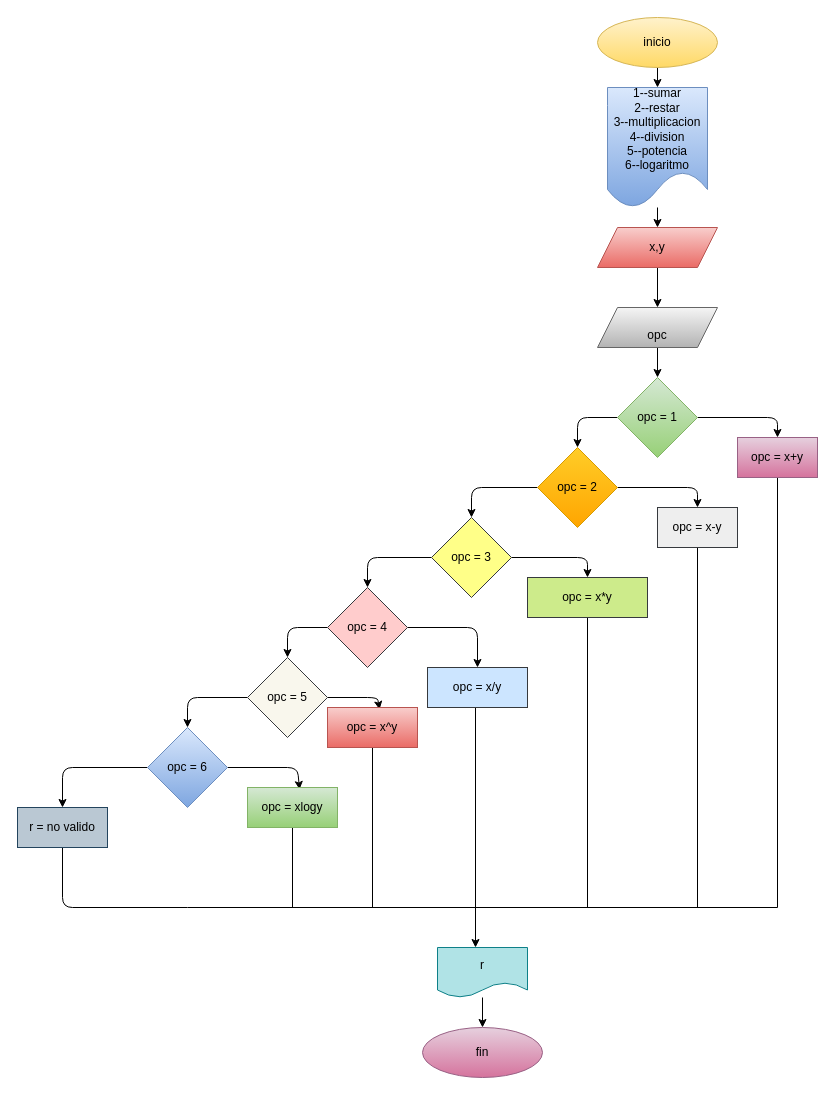
Earlier version of the draw.io diagram page "Página-1" (1 of 2) of diagrama.drawio (jhonmendez17092009/Mini_Calcudora_Guanentino). Source tidied: cells renumbered, new cells numbered last; positions are measured from the earlier drawing's top-left corner, leaving out a move shared by most shapes. Both pictures are drawn from the tidied source at 100%, with x=0, y=0 at pixel (17, 17).
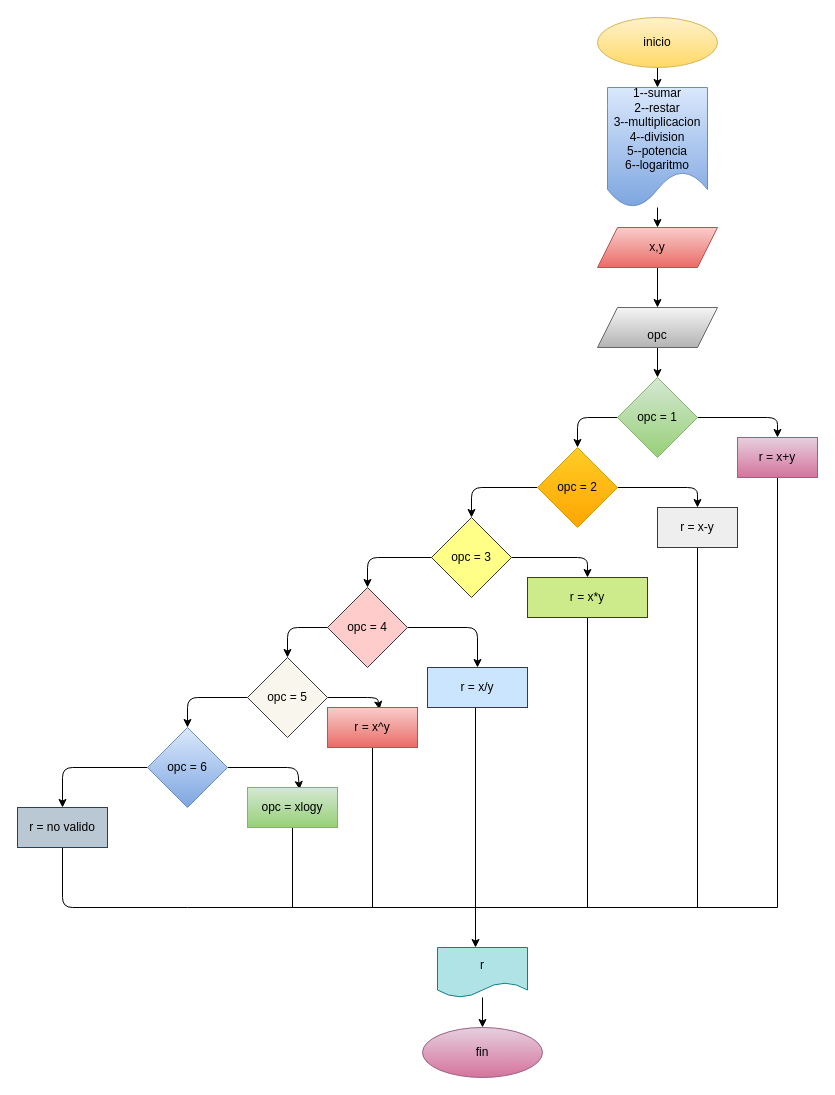
Above is the later version.

What changed in the source:
```diff
@@
-    <mxCell id="14" value="&lt;font color=&quot;#000000&quot;&gt;opc = x+y&lt;/font&gt;" style="whiteSpace=wrap;html=1;fillColor=#e6d0de;strokeColor=#996185;gradientColor=#d5739d;" parent="1" vertex="1">
+    <mxCell id="14" value="&lt;font color=&quot;#000000&quot;&gt;r = x+y&lt;/font&gt;" style="whiteSpace=wrap;html=1;fillColor=#e6d0de;strokeColor=#996185;gradientColor=#d5739d;" parent="1" vertex="1">
       <mxGeometry x="720" y="420" width="80" height="40" as="geometry" />
     </mxCell>
@@
-    <mxCell id="19" value="&lt;font color=&quot;#000000&quot;&gt;opc = x-y&lt;/font&gt;" style="whiteSpace=wrap;html=1;fillColor=#eeeeee;strokeColor=#36393d;" parent="1" vertex="1">
+    <mxCell id="19" value="&lt;font color=&quot;#000000&quot;&gt;r = x-y&lt;/font&gt;" style="whiteSpace=wrap;html=1;fillColor=#eeeeee;strokeColor=#36393d;" parent="1" vertex="1">
       <mxGeometry x="640" y="490" width="80" height="40" as="geometry" />
     </mxCell>
@@
-    <mxCell id="24" value="&lt;font color=&quot;#000000&quot;&gt;opc = x*y&lt;/font&gt;" style="rounded=0;whiteSpace=wrap;html=1;fillColor=#cdeb8b;strokeColor=#36393d;" parent="1" vertex="1">
+    <mxCell id="24" value="&lt;font color=&quot;#000000&quot;&gt;r = x*y&lt;/font&gt;" style="rounded=0;whiteSpace=wrap;html=1;fillColor=#cdeb8b;strokeColor=#36393d;" parent="1" vertex="1">
       <mxGeometry x="510" y="560" width="120" height="40" as="geometry" />
     </mxCell>
@@
-    <mxCell id="29" value="&lt;font color=&quot;#000000&quot;&gt;opc = x/y&lt;/font&gt;" style="rounded=0;whiteSpace=wrap;html=1;fillColor=#cce5ff;strokeColor=#36393d;" parent="1" vertex="1">
+    <mxCell id="29" value="&lt;font color=&quot;#000000&quot;&gt;r = x/y&lt;/font&gt;" style="rounded=0;whiteSpace=wrap;html=1;fillColor=#cce5ff;strokeColor=#36393d;" parent="1" vertex="1">
       <mxGeometry x="410" y="650" width="100" height="40" as="geometry" />
     </mxCell>
@@
-    <mxCell id="34" value="&lt;font color=&quot;#000000&quot;&gt;opc = x^y&lt;/font&gt;" style="rounded=0;whiteSpace=wrap;html=1;fillColor=#f8cecc;gradientColor=#ea6b66;strokeColor=#b85450;" parent="1" vertex="1">
+    <mxCell id="34" value="&lt;font color=&quot;#000000&quot;&gt;r = x^y&lt;/font&gt;" style="rounded=0;whiteSpace=wrap;html=1;fillColor=#f8cecc;gradientColor=#ea6b66;strokeColor=#b85450;" parent="1" vertex="1">
       <mxGeometry x="310" y="690" width="90" height="40" as="geometry" />
     </mxCell>
```
